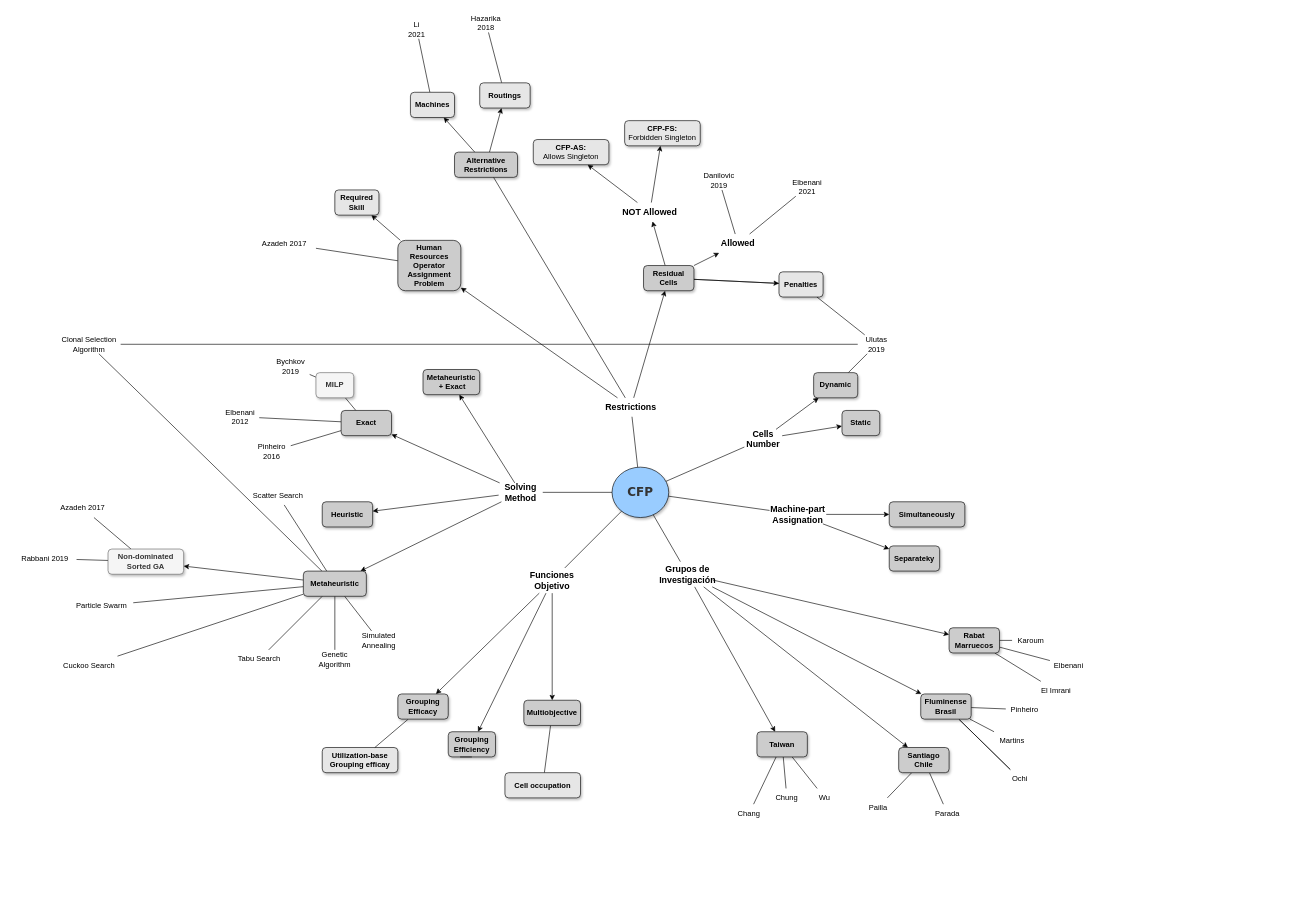
jossanlop/cell-formation keeps this draw.io diagram as bibliografia/01 TAXONOMÍA.drawio. Above is the earlier version. Source tidied: cells renumbered, new cells numbered last; positions are measured from the earlier drawing's top-left corner, leaving out a move shared by most shapes. Both pictures are drawn from the tidied source at 63%, with x=0, y=0 at pixel (13, 13).
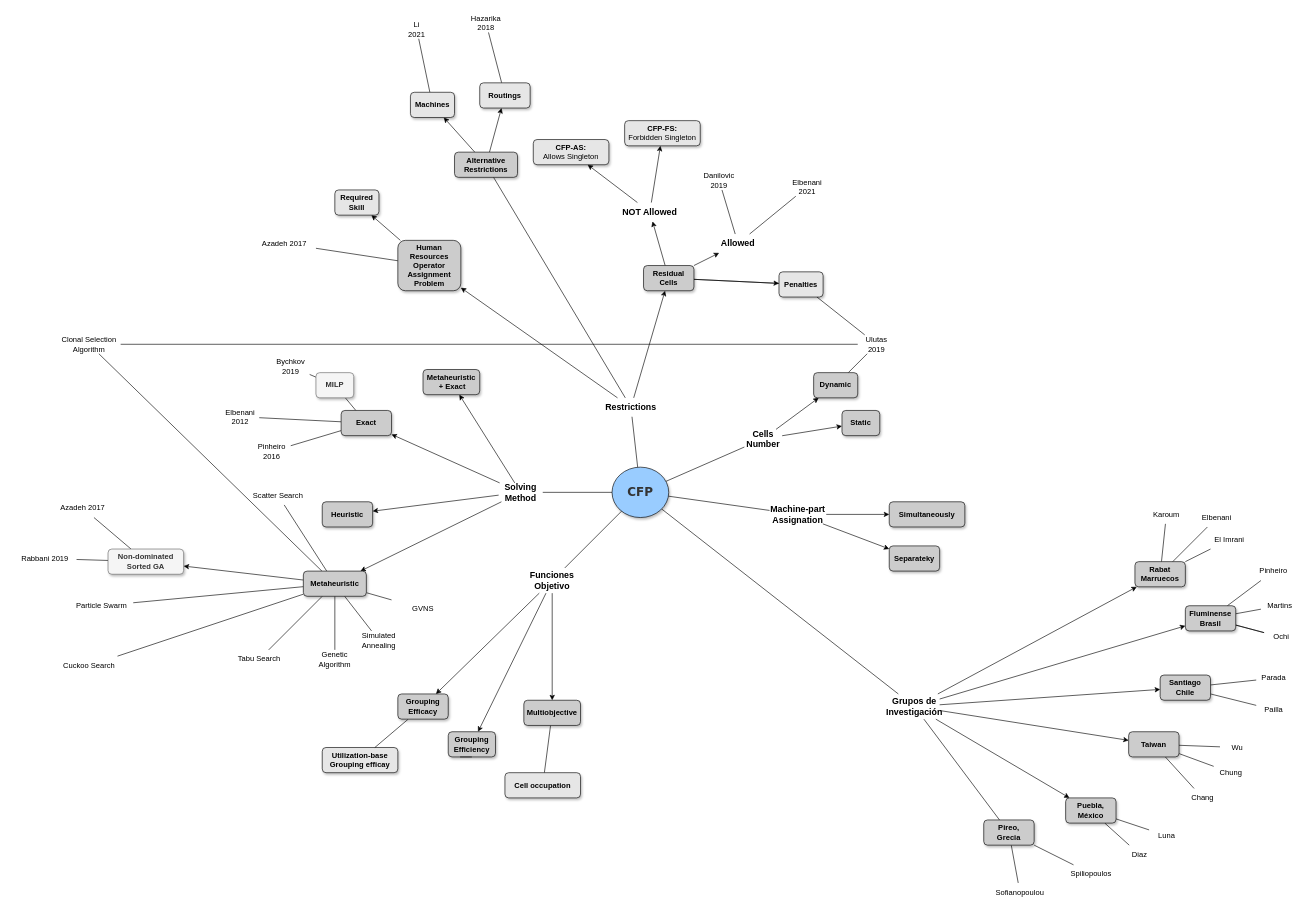
The same page after the edit.

Unchanged cells that the change refers to:
```xml
<mxCell id="64" value="&lt;b&gt;Metaheuristic&lt;br&gt;&lt;/b&gt;" style="rounded=1;whiteSpace=wrap;html=1;shadow=1;fontSize=12;strokeColor=#000000;strokeWidth=1;fillColor=#CCCCCC;gradientColor=none;" parent="1" vertex="1">
  <mxGeometry x="460" y="885" width="100" height="40" as="geometry" />
</mxCell>
```

Diff of the diagram source:
```diff
@@
+    <mxCell id="141" style="edgeStyle=none;rounded=0;jettySize=auto;html=1;endArrow=none;endFill=0;" parent="1" edge="1" source="64" target="154">
+      <mxGeometry relative="1" as="geometry" />
+    </mxCell>
@@
+    <mxCell id="142" style="rounded=0;jettySize=auto;html=1;" parent="1" edge="1" source="101" target="146">
+      <mxGeometry relative="1" as="geometry" />
+    </mxCell>
+    <mxCell id="143" style="edgeStyle=none;rounded=0;jettySize=auto;html=1;endArrow=none;endFill=0;" parent="1" edge="1" source="101" target="151">
+      <mxGeometry relative="1" as="geometry" />
+    </mxCell>
     <mxCell id="101" value="Grupos de Investigación" style="text;html=1;strokeColor=none;fillColor=none;align=center;verticalAlign=middle;whiteSpace=wrap;rounded=0;shadow=1;fontSize=14;fontStyle=1;" parent="1" vertex="1">
-      <mxGeometry x="1030" y="870" width="80" height="40" as="geometry" />
+      <mxGeometry x="1390" y="1080" width="80" height="40" as="geometry" />
     </mxCell>
@@
     <mxCell id="105" value="&lt;b&gt;Rabat&lt;br&gt;Marruecos&lt;br&gt;&lt;/b&gt;" style="rounded=1;whiteSpace=wrap;html=1;shadow=1;fontSize=12;strokeColor=#000000;strokeWidth=1;fillColor=#CCCCCC;gradientColor=none;" parent="1" vertex="1">
-      <mxGeometry x="1485" y="975" width="80" height="40" as="geometry" />
+      <mxGeometry x="1780" y="870" width="80" height="40" as="geometry" />
     </mxCell>
@@
     <mxCell id="110" value="&lt;b&gt;Fluminense&lt;br&gt;Brasil&lt;br&gt;&lt;/b&gt;" style="rounded=1;whiteSpace=wrap;html=1;shadow=1;fontSize=12;strokeColor=#000000;strokeWidth=1;fillColor=#CCCCCC;gradientColor=none;" parent="1" vertex="1">
-      <mxGeometry x="1440" y="1080" width="80" height="40" as="geometry" />
+      <mxGeometry x="1860" y="940" width="80" height="40" as="geometry" />
     </mxCell>
     <mxCell id="111" value="Karoum" style="text;html=1;strokeColor=none;fillColor=none;align=center;verticalAlign=middle;whiteSpace=wrap;rounded=0;" parent="1" vertex="1">
-      <mxGeometry x="1585" y="980" width="60" height="30" as="geometry" />
+      <mxGeometry x="1800" y="780" width="60" height="30" as="geometry" />
     </mxCell>
     <mxCell id="112" value="Elbenani" style="text;html=1;strokeColor=none;fillColor=none;align=center;verticalAlign=middle;whiteSpace=wrap;rounded=0;" parent="1" vertex="1">
-      <mxGeometry x="1645" y="1020" width="60" height="30" as="geometry" />
+      <mxGeometry x="1880" y="785" width="60" height="30" as="geometry" />
     </mxCell>
     <mxCell id="113" value="El Imrani" style="text;html=1;strokeColor=none;fillColor=none;align=center;verticalAlign=middle;whiteSpace=wrap;rounded=0;" parent="1" vertex="1">
-      <mxGeometry x="1625" y="1060" width="60" height="30" as="geometry" />
+      <mxGeometry x="1900" y="820" width="60" height="30" as="geometry" />
     </mxCell>
     <mxCell id="114" value="Pinheiro" style="text;html=1;strokeColor=none;fillColor=none;align=center;verticalAlign=middle;whiteSpace=wrap;rounded=0;" parent="1" vertex="1">
-      <mxGeometry x="1575" y="1090" width="60" height="30" as="geometry" />
+      <mxGeometry x="1970" y="870" width="60" height="30" as="geometry" />
     </mxCell>
     <mxCell id="115" value="Martins" style="text;html=1;strokeColor=none;fillColor=none;align=center;verticalAlign=middle;whiteSpace=wrap;rounded=0;" parent="1" vertex="1">
-      <mxGeometry x="1555" y="1140" width="60" height="30" as="geometry" />
+      <mxGeometry x="1980" y="925" width="60" height="30" as="geometry" />
     </mxCell>
     <mxCell id="116" value="Pailla" style="text;html=1;strokeColor=none;fillColor=none;align=center;verticalAlign=middle;whiteSpace=wrap;rounded=0;" parent="1" vertex="1">
-      <mxGeometry x="1345" y="1245" width="55" height="30" as="geometry" />
+      <mxGeometry x="1972.5" y="1090" width="55" height="30" as="geometry" />
     </mxCell>
     <mxCell id="117" value="Ochi&lt;br&gt;" style="text;html=1;strokeColor=none;fillColor=none;align=center;verticalAlign=middle;whiteSpace=wrap;rounded=0;" parent="1" vertex="1">
-      <mxGeometry x="1570" y="1200" width="55" height="30" as="geometry" />
+      <mxGeometry x="1985" y="975" width="55" height="30" as="geometry" />
     </mxCell>
@@
     <mxCell id="120" value="&lt;b&gt;Santiago&lt;br&gt;Chile&lt;br&gt;&lt;/b&gt;" style="rounded=1;whiteSpace=wrap;html=1;shadow=1;fontSize=12;strokeColor=#000000;strokeWidth=1;fillColor=#CCCCCC;gradientColor=none;" parent="1" vertex="1">
-      <mxGeometry x="1405" y="1165" width="80" height="40" as="geometry" />
+      <mxGeometry x="1820" y="1050" width="80" height="40" as="geometry" />
     </mxCell>
     <mxCell id="121" value="Parada" style="text;html=1;strokeColor=none;fillColor=none;align=center;verticalAlign=middle;whiteSpace=wrap;rounded=0;" parent="1" vertex="1">
-      <mxGeometry x="1455" y="1255" width="55" height="30" as="geometry" />
+      <mxGeometry x="1972.5" y="1040" width="55" height="30" as="geometry" />
     </mxCell>
@@
     <mxCell id="135" value="&lt;b&gt;Taiwan&lt;br&gt;&lt;/b&gt;" style="rounded=1;whiteSpace=wrap;html=1;shadow=1;fontSize=12;strokeColor=#000000;strokeWidth=1;fillColor=#CCCCCC;gradientColor=none;" parent="1" vertex="1">
-      <mxGeometry x="1180" y="1140" width="80" height="40" as="geometry" />
+      <mxGeometry x="1770" y="1140" width="80" height="40" as="geometry" />
     </mxCell>
     <mxCell id="136" value="Wu" style="text;html=1;strokeColor=none;fillColor=none;align=center;verticalAlign=middle;whiteSpace=wrap;rounded=0;" parent="1" vertex="1">
-      <mxGeometry x="1260" y="1230" width="55" height="30" as="geometry" />
+      <mxGeometry x="1915" y="1150" width="55" height="30" as="geometry" />
     </mxCell>
     <mxCell id="137" value="Chang" style="text;html=1;strokeColor=none;fillColor=none;align=center;verticalAlign=middle;whiteSpace=wrap;rounded=0;" parent="1" vertex="1">
-      <mxGeometry x="1140" y="1255" width="55" height="30" as="geometry" />
+      <mxGeometry x="1860" y="1230" width="55" height="30" as="geometry" />
     </mxCell>
     <mxCell id="138" value="Chung" style="text;html=1;strokeColor=none;fillColor=none;align=center;verticalAlign=middle;whiteSpace=wrap;rounded=0;" parent="1" vertex="1">
-      <mxGeometry x="1200" y="1230" width="55" height="30" as="geometry" />
+      <mxGeometry x="1905" y="1190" width="55" height="30" as="geometry" />
     </mxCell>
@@
+    <mxCell id="144" style="edgeStyle=none;rounded=0;jettySize=auto;html=1;endArrow=none;endFill=0;" parent="1" edge="1" source="146" target="148">
+      <mxGeometry relative="1" as="geometry" />
+    </mxCell>
+    <mxCell id="145" style="edgeStyle=none;rounded=0;jettySize=auto;html=1;endArrow=none;endFill=0;" parent="1" edge="1" source="146" target="147">
+      <mxGeometry relative="1" as="geometry" />
+    </mxCell>
+    <mxCell id="146" value="&lt;b&gt;Puebla,&lt;br&gt;México&lt;br&gt;&lt;/b&gt;" style="rounded=1;whiteSpace=wrap;html=1;shadow=1;fontSize=12;strokeColor=#000000;strokeWidth=1;fillColor=#CCCCCC;gradientColor=none;" parent="1" vertex="1">
+      <mxGeometry x="1670" y="1245" width="80" height="40" as="geometry" />
+    </mxCell>
+    <mxCell id="147" value="Diaz" style="text;html=1;strokeColor=none;fillColor=none;align=center;verticalAlign=middle;whiteSpace=wrap;rounded=0;" parent="1" vertex="1">
+      <mxGeometry x="1760" y="1320" width="55" height="30" as="geometry" />
+    </mxCell>
+    <mxCell id="148" value="Luna" style="text;html=1;strokeColor=none;fillColor=none;align=center;verticalAlign=middle;whiteSpace=wrap;rounded=0;" parent="1" vertex="1">
+      <mxGeometry x="1802.5" y="1290" width="55" height="30" as="geometry" />
+    </mxCell>
+    <mxCell id="149" style="edgeStyle=none;rounded=0;jettySize=auto;html=1;endArrow=none;endFill=0;" parent="1" edge="1" source="151" target="152">
+      <mxGeometry relative="1" as="geometry" />
+    </mxCell>
+    <mxCell id="150" style="edgeStyle=none;rounded=0;jettySize=auto;html=1;endArrow=none;endFill=0;" parent="1" edge="1" source="151" target="153">
+      <mxGeometry relative="1" as="geometry" />
+    </mxCell>
+    <mxCell id="151" value="&lt;b&gt;Pireo,&lt;br&gt;Grecia&lt;br&gt;&lt;/b&gt;" style="rounded=1;whiteSpace=wrap;html=1;shadow=1;fontSize=12;strokeColor=#000000;strokeWidth=1;fillColor=#CCCCCC;gradientColor=none;" parent="1" vertex="1">
+      <mxGeometry x="1540" y="1280" width="80" height="40" as="geometry" />
+    </mxCell>
+    <mxCell id="152" value="Sofianopoulou&lt;br&gt;" style="text;html=1;strokeColor=none;fillColor=none;align=center;verticalAlign=middle;whiteSpace=wrap;rounded=0;" parent="1" vertex="1">
+      <mxGeometry x="1570" y="1380" width="55" height="30" as="geometry" />
+    </mxCell>
+    <mxCell id="153" value="Spiliopoulos" style="text;html=1;strokeColor=none;fillColor=none;align=center;verticalAlign=middle;whiteSpace=wrap;rounded=0;" parent="1" vertex="1">
+      <mxGeometry x="1682.5" y="1350" width="55" height="30" as="geometry" />
+    </mxCell>
+    <mxCell id="154" value="GVNS" style="text;html=1;strokeColor=none;fillColor=none;align=center;verticalAlign=middle;whiteSpace=wrap;rounded=0;shadow=1;fontSize=12;" parent="1" vertex="1">
+      <mxGeometry x="600" y="930" width="100" height="30" as="geometry" />
+    </mxCell>
```
